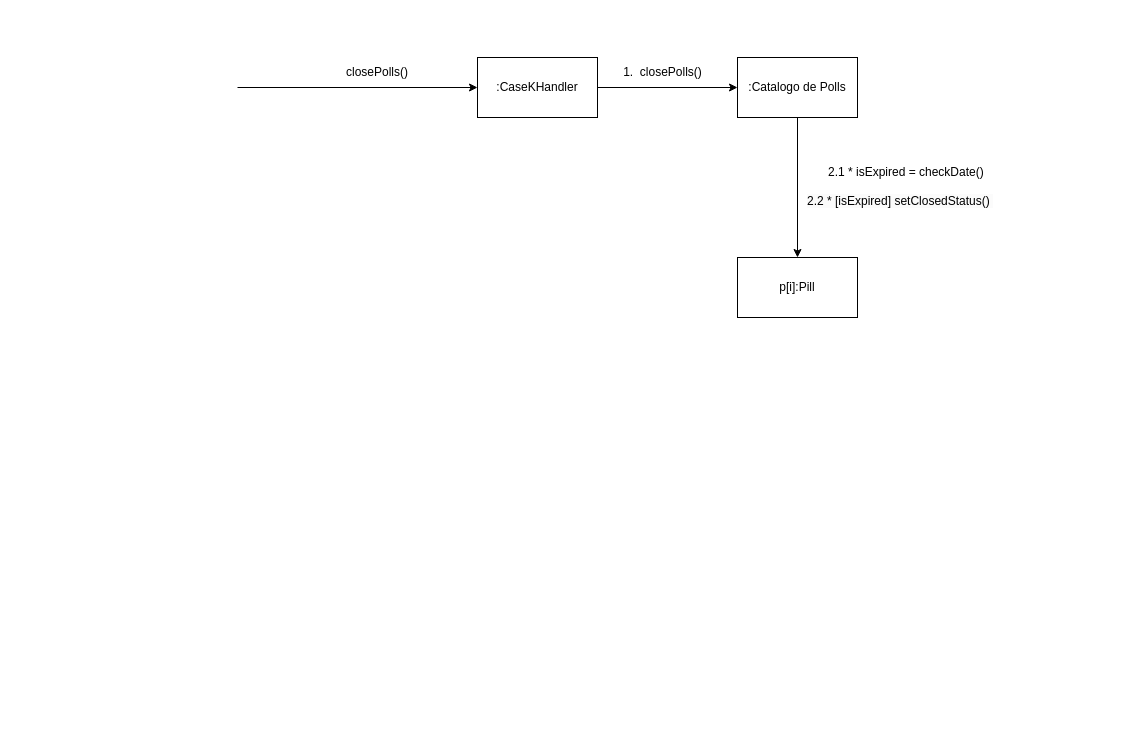
This is page "Page-8" (8 of 8) of docs/IDs.drawio from thiagottvd/democracia2, a draw.io file, before an edit. Source tidied: cells renumbered, new cells numbered last; positions are measured from the earlier drawing's top-left corner, leaving out a move shared by most shapes. Both pictures are drawn from the tidied source at 100%, with x=0, y=0 at pixel (237, 57).
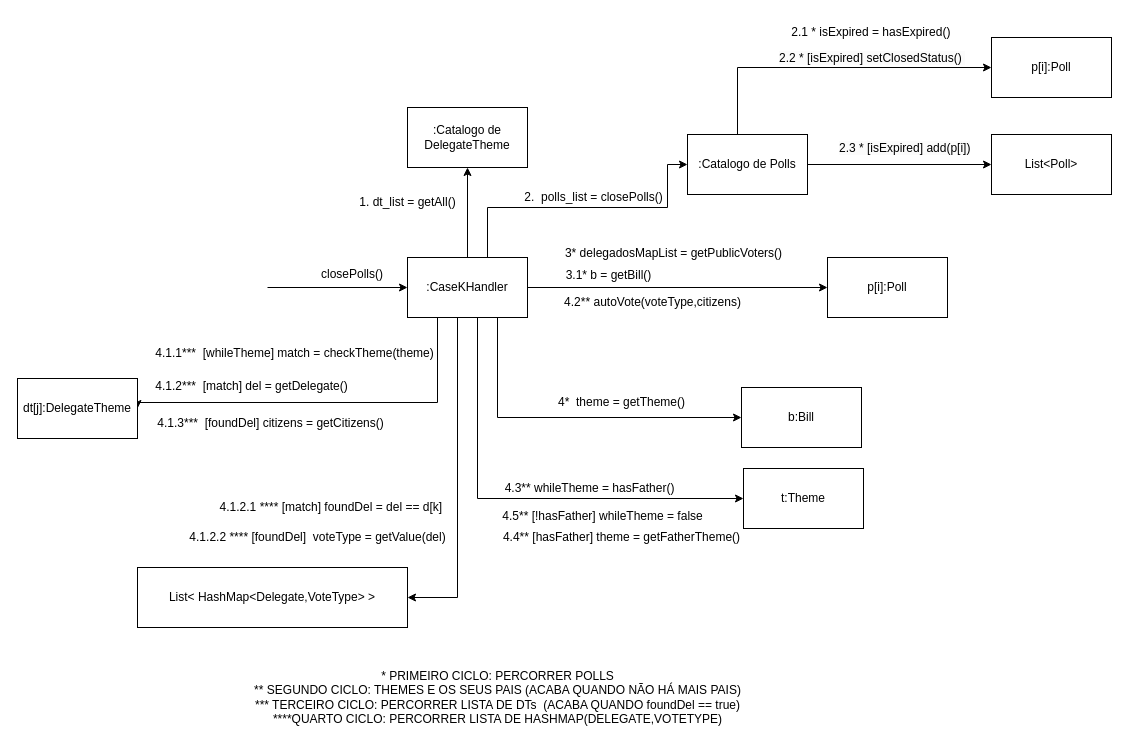
The same page after the edit.

Commit message (it also covers changes not shown here):
All DelegateTheme logic is now modeled

The edit, as a diff of the source:
```diff
@@
     <mxCell id="2" style="edgeStyle=orthogonalEdgeStyle;rounded=0;jettySize=auto;html=1;endArrow=none;endFill=0;startArrow=classic;startFill=1;" parent="1" edge="1" source="4">
       <mxGeometry relative="1" as="geometry">
-        <mxPoint y="30" as="targetPoint" />
+        <mxPoint x="30" y="230" as="targetPoint" />
       </mxGeometry>
     </mxCell>
+    <mxCell id="12" style="edgeStyle=orthogonalEdgeStyle;rounded=0;jettySize=auto;html=1;entryX=0;entryY=0.5;entryDx=0;entryDy=0;" parent="1" edge="1" source="4" target="26">
+      <mxGeometry relative="1" as="geometry">
+        <Array as="points">
+          <mxPoint x="260" y="360" />
+        </Array>
+      </mxGeometry>
+    </mxCell>
+    <mxCell id="13" style="edgeStyle=orthogonalEdgeStyle;rounded=0;jettySize=auto;html=1;entryX=0;entryY=0.5;entryDx=0;entryDy=0;" parent="1" edge="1" source="4" target="32">
+      <mxGeometry relative="1" as="geometry">
+        <Array as="points">
+          <mxPoint x="240" y="441" />
+        </Array>
+      </mxGeometry>
+    </mxCell>
+    <mxCell id="14" style="edgeStyle=orthogonalEdgeStyle;rounded=0;jettySize=auto;html=1;entryX=1;entryY=0.5;entryDx=0;entryDy=0;" parent="1" edge="1" source="4" target="24">
+      <mxGeometry relative="1" as="geometry">
+        <Array as="points">
+          <mxPoint x="200" y="345" />
+          <mxPoint x="-100" y="345" />
+        </Array>
+      </mxGeometry>
+    </mxCell>
+    <mxCell id="15" style="edgeStyle=orthogonalEdgeStyle;rounded=0;jettySize=auto;html=1;entryX=0.5;entryY=1;entryDx=0;entryDy=0;" parent="1" edge="1" source="4" target="20">
+      <mxGeometry relative="1" as="geometry" />
+    </mxCell>
+    <mxCell id="16" style="edgeStyle=orthogonalEdgeStyle;rounded=0;jettySize=auto;html=1;entryX=1;entryY=0.5;entryDx=0;entryDy=0;" parent="1" edge="1" source="4" target="34">
+      <mxGeometry relative="1" as="geometry">
+        <Array as="points">
+          <mxPoint x="220" y="540" />
+        </Array>
+      </mxGeometry>
+    </mxCell>
     <mxCell id="3" style="edgeStyle=orthogonalEdgeStyle;rounded=0;jettySize=auto;html=1;entryX=0;entryY=0.5;entryDx=0;entryDy=0;" parent="1" edge="1" source="4" target="7">
-      <mxGeometry relative="1" as="geometry" />
+      <mxGeometry relative="1" as="geometry">
+        <Array as="points">
+          <mxPoint x="250" y="150" />
+          <mxPoint x="430" y="150" />
+          <mxPoint x="430" y="107" />
+        </Array>
+      </mxGeometry>
     </mxCell>
     <mxCell id="4" value=":CaseKHandler" style="rounded=0;whiteSpace=wrap;html=1;" parent="1" vertex="1">
-      <mxGeometry x="240" width="120" height="60" as="geometry" />
+      <mxGeometry x="170" y="200" width="120" height="60" as="geometry" />
     </mxCell>
     <mxCell id="5" value="closePolls()" style="text;html=1;strokeColor=none;fillColor=none;align=center;verticalAlign=middle;whiteSpace=wrap;rounded=0;" parent="1" vertex="1">
-      <mxGeometry x="40" width="200" height="30" as="geometry" />
+      <mxGeometry x="40" y="202" width="150" height="30" as="geometry" />
     </mxCell>
+    <mxCell id="17" style="edgeStyle=orthogonalEdgeStyle;rounded=0;jettySize=auto;html=1;" parent="1" edge="1" source="7" target="18">
+      <mxGeometry relative="1" as="geometry" />
+    </mxCell>
-    <mxCell id="6" style="edgeStyle=orthogonalEdgeStyle;rounded=0;jettySize=auto;html=1;" parent="1" edge="1" source="7" target="10">
-      <mxGeometry relative="1" as="geometry" />
+    <mxCell id="6" style="edgeStyle=orthogonalEdgeStyle;rounded=0;jettySize=auto;html=1;entryX=0;entryY=0.5;entryDx=0;entryDy=0;" parent="1" edge="1" source="7" target="10">
+      <mxGeometry relative="1" as="geometry">
+        <Array as="points">
+          <mxPoint x="500" y="10" />
+          <mxPoint x="750" y="10" />
+        </Array>
+      </mxGeometry>
     </mxCell>
     <mxCell id="7" value=":Catalogo de Polls" style="whiteSpace=wrap;html=1;" parent="1" vertex="1">
-      <mxGeometry x="500" width="120" height="60" as="geometry" />
+      <mxGeometry x="450" y="77" width="120" height="60" as="geometry" />
     </mxCell>
-    <mxCell id="8" value="1.&amp;nbsp; closePolls()" style="text;html=1;align=center;verticalAlign=middle;strokeColor=none;fillColor=none;" parent="1" vertex="1">
-      <mxGeometry x="375" width="100" height="30" as="geometry" />
+    <mxCell id="8" value="2.&amp;nbsp; polls_list = closePolls()" style="text;html=1;align=center;verticalAlign=middle;strokeColor=none;fillColor=none;" parent="1" vertex="1">
+      <mxGeometry x="276" y="125" width="160" height="30" as="geometry" />
     </mxCell>
-    <mxCell id="9" value="2.1 * isExpired = checkDate()&amp;nbsp;" style="text;html=1;align=center;verticalAlign=middle;strokeColor=none;fillColor=none;" parent="1" vertex="1">
-      <mxGeometry x="580" y="100" width="180" height="30" as="geometry" />
+    <mxCell id="9" value="2.1 * isExpired = hasExpired()&amp;nbsp;" style="text;html=1;align=center;verticalAlign=middle;strokeColor=none;fillColor=none;" parent="1" vertex="1">
+      <mxGeometry x="540" y="-40" width="190" height="30" as="geometry" />
     </mxCell>
-    <mxCell id="10" value="p[i]:Pill" style="whiteSpace=wrap;html=1;" parent="1" vertex="1">
-      <mxGeometry x="500" y="200" width="120" height="60" as="geometry" />
+    <mxCell id="10" value="p[i]:Poll" style="whiteSpace=wrap;html=1;" parent="1" vertex="1">
+      <mxGeometry x="754" y="-20" width="120" height="60" as="geometry" />
     </mxCell>
+    <mxCell id="18" value="List&amp;lt;Poll&amp;gt;" style="rounded=0;whiteSpace=wrap;html=1;" parent="1" vertex="1">
+      <mxGeometry x="754" y="77" width="120" height="60" as="geometry" />
+    </mxCell>
+    <mxCell id="19" value="&lt;span style=&quot;color: rgb(0, 0, 0); font-family: Helvetica; font-size: 12px; font-style: normal; font-variant-ligatures: normal; font-variant-caps: normal; font-weight: 400; letter-spacing: normal; orphans: 2; text-align: center; text-indent: 0px; text-transform: none; widows: 2; word-spacing: 0px; -webkit-text-stroke-width: 0px; background-color: rgb(251, 251, 251); text-decoration-thickness: initial; text-decoration-style: initial; text-decoration-color: initial; float: none; display: inline !important;&quot;&gt;2.3 * [isExpired] add(p[i])&lt;/span&gt;" style="text;whiteSpace=wrap;html=1;" parent="1" vertex="1">
+      <mxGeometry x="600" y="77" width="190" height="40" as="geometry" />
+    </mxCell>
+    <mxCell id="20" value=":Catalogo de DelegateTheme" style="rounded=0;whiteSpace=wrap;html=1;" parent="1" vertex="1">
+      <mxGeometry x="170" y="50" width="120" height="60" as="geometry" />
+    </mxCell>
+    <mxCell id="21" style="edgeStyle=orthogonalEdgeStyle;rounded=0;jettySize=auto;html=1;entryX=1;entryY=0.5;entryDx=0;entryDy=0;startArrow=classic;startFill=1;endArrow=none;endFill=0;" parent="1" edge="1" source="22" target="4">
+      <mxGeometry relative="1" as="geometry">
+        <Array as="points">
+          <mxPoint x="620" y="230" />
+          <mxPoint x="620" y="230" />
+        </Array>
+      </mxGeometry>
+    </mxCell>
+    <mxCell id="22" value="p[i]:Poll" style="whiteSpace=wrap;html=1;" parent="1" vertex="1">
+      <mxGeometry x="590" y="200" width="120" height="60" as="geometry" />
+    </mxCell>
+    <mxCell id="23" value="3* delegadosMapList = getPublicVoters()" style="text;html=1;align=center;verticalAlign=middle;strokeColor=none;fillColor=none;" parent="1" vertex="1">
+      <mxGeometry x="316" y="181" width="240" height="30" as="geometry" />
+    </mxCell>
+    <mxCell id="24" value="dt[j]:DelegateTheme" style="whiteSpace=wrap;html=1;" parent="1" vertex="1">
+      <mxGeometry x="-220" y="321" width="120" height="60" as="geometry" />
+    </mxCell>
+    <mxCell id="25" value="3.1* b = getBill()" style="text;html=1;align=center;verticalAlign=middle;strokeColor=none;fillColor=none;" parent="1" vertex="1">
+      <mxGeometry x="316" y="203" width="110" height="30" as="geometry" />
+    </mxCell>
+    <mxCell id="26" value="b:Bill" style="whiteSpace=wrap;html=1;" parent="1" vertex="1">
+      <mxGeometry x="504" y="330" width="120" height="60" as="geometry" />
+    </mxCell>
+    <mxCell id="27" value="4*&amp;nbsp; theme = getTheme()" style="text;html=1;align=center;verticalAlign=middle;strokeColor=none;fillColor=none;" parent="1" vertex="1">
+      <mxGeometry x="309" y="330" width="150" height="30" as="geometry" />
+    </mxCell>
+    <mxCell id="28" value="1. dt_list = getAll()" style="text;html=1;align=center;verticalAlign=middle;strokeColor=none;fillColor=none;" parent="1" vertex="1">
+      <mxGeometry x="110" y="130" width="120" height="30" as="geometry" />
+    </mxCell>
+    <mxCell id="29" value="4.1.1***&amp;nbsp; [whileTheme] match = checkTheme(theme)" style="text;html=1;align=center;verticalAlign=middle;strokeColor=none;fillColor=none;" parent="1" vertex="1">
+      <mxGeometry x="-93" y="281" width="300" height="30" as="geometry" />
+    </mxCell>
+    <mxCell id="30" value="4.1.2***&amp;nbsp; [match] del = getDelegate()" style="text;html=1;align=center;verticalAlign=middle;strokeColor=none;fillColor=none;" parent="1" vertex="1">
+      <mxGeometry x="-96" y="314" width="220" height="30" as="geometry" />
+    </mxCell>
+    <mxCell id="31" value="4.1.3***&amp;nbsp; [foundDel] citizens = getCitizens()" style="text;html=1;align=center;verticalAlign=middle;strokeColor=none;fillColor=none;" parent="1" vertex="1">
+      <mxGeometry x="-92" y="351" width="250" height="30" as="geometry" />
+    </mxCell>
+    <mxCell id="32" value="t:Theme" style="whiteSpace=wrap;html=1;" parent="1" vertex="1">
+      <mxGeometry x="506" y="411" width="120" height="60" as="geometry" />
+    </mxCell>
+    <mxCell id="33" value="4.1.2.1 **** [match] foundDel = del == d[k]&amp;nbsp;" style="text;html=1;align=center;verticalAlign=middle;strokeColor=none;fillColor=none;" parent="1" vertex="1">
+      <mxGeometry x="-30" y="435" width="250" height="30" as="geometry" />
+    </mxCell>
+    <mxCell id="34" value="List&amp;lt; HashMap&amp;lt;Delegate,VoteType&amp;gt; &amp;gt;" style="whiteSpace=wrap;html=1;" parent="1" vertex="1">
+      <mxGeometry x="-100" y="510" width="270" height="60" as="geometry" />
+    </mxCell>
+    <mxCell id="35" value="4.1.2.2 **** [foundDel]&amp;nbsp; voteType = getValue(del)" style="text;html=1;align=center;verticalAlign=middle;strokeColor=none;fillColor=none;" parent="1" vertex="1">
+      <mxGeometry x="-60" y="465" width="280" height="30" as="geometry" />
+    </mxCell>
+    <mxCell id="36" value="4.2** autoVote(voteType,citizens)" style="text;html=1;align=center;verticalAlign=middle;strokeColor=none;fillColor=none;" parent="1" vertex="1">
+      <mxGeometry x="315" y="230" width="200" height="30" as="geometry" />
+    </mxCell>
+    <mxCell id="37" value="4.5** [!hasFather] whileTheme = false" style="text;html=1;align=center;verticalAlign=middle;strokeColor=none;fillColor=none;" parent="1" vertex="1">
+      <mxGeometry x="255" y="444" width="220" height="30" as="geometry" />
+    </mxCell>
+    <mxCell id="38" value="4.3** whileTheme = hasFather()" style="text;html=1;align=center;verticalAlign=middle;strokeColor=none;fillColor=none;" parent="1" vertex="1">
+      <mxGeometry x="257" y="416" width="190" height="30" as="geometry" />
+    </mxCell>
+    <mxCell id="39" value="4.4** [hasFather] theme = getFatherTheme()" style="text;html=1;align=center;verticalAlign=middle;strokeColor=none;fillColor=none;" parent="1" vertex="1">
+      <mxGeometry x="254" y="465" width="260" height="30" as="geometry" />
+    </mxCell>
     <mxCell id="11" value="&lt;span style=&quot;color: rgb(0, 0, 0); font-family: Helvetica; font-size: 12px; font-style: normal; font-variant-ligatures: normal; font-variant-caps: normal; font-weight: 400; letter-spacing: normal; orphans: 2; text-align: center; text-indent: 0px; text-transform: none; widows: 2; word-spacing: 0px; -webkit-text-stroke-width: 0px; background-color: rgb(251, 251, 251); text-decoration-thickness: initial; text-decoration-style: initial; text-decoration-color: initial; float: none; display: inline !important;&quot;&gt;2.2 * [isExpired] setClosedStatus()&amp;nbsp;&lt;/span&gt;" style="text;whiteSpace=wrap;html=1;" parent="1" vertex="1">
-      <mxGeometry x="568" y="130" width="190" height="40" as="geometry" />
+      <mxGeometry x="540" y="-13" width="190" height="40" as="geometry" />
     </mxCell>
+    <mxCell id="40" value="* PRIMEIRO CICLO: PERCORRER POLLS&lt;br&gt;** SEGUNDO CICLO: THEMES E OS SEUS PAIS (ACABA QUANDO NÃO HÁ MAIS PAIS)&lt;br&gt;*** TERCEIRO CICLO: PERCORRER LISTA DE DTs&amp;nbsp; (ACABA QUANDO foundDel == true)&lt;br&gt;****QUARTO CICLO: PERCORRER LISTA DE HASHMAP(DELEGATE,VOTETYPE)" style="text;html=1;align=center;verticalAlign=middle;strokeColor=none;fillColor=none;" parent="1" vertex="1">
+      <mxGeometry x="5" y="605" width="510" height="70" as="geometry" />
+    </mxCell>
```
